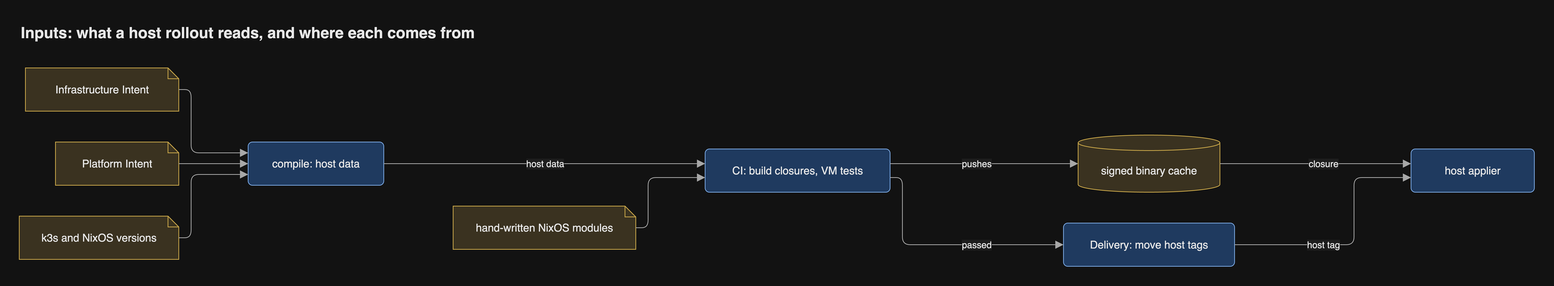
Before: docs/diagrams/png/inputs-host.png, a diagram exported from draw.io (JorisJonkers-dev/estate-kit). Source tidied: cells renumbered, new cells last; positions are measured from the earlier drawing's top-left corner, leaving out a move shared by most shapes.
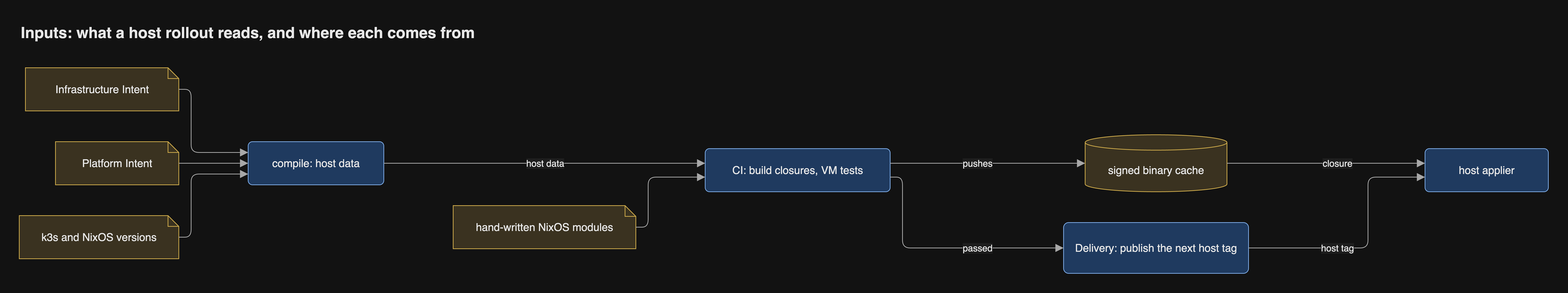
The same diagram one commit later.

What changed in the source:
```diff
@@ -21,13 +21,13 @@
       <mxGeometry x="890" y="169" width="240" height="56" as="geometry" />
     </mxCell>
     <mxCell id="8" value="signed binary cache" style="shape=cylinder3;size=10;boundedLbl=1;backgroundOutline=1;html=1;whiteSpace=wrap;fontSize=14;fontColor=light-dark(#1a1a1a,#e8e8e8);fillColor=light-dark(#fff2cc,#3a3220);strokeColor=light-dark(#d6b656,#c9a74a);fontFamily=Helvetica;" parent="1" vertex="1">
-      <mxGeometry x="1374" y="151" width="184" height="74" as="geometry" />
+      <mxGeometry x="1383" y="151" width="184" height="74" as="geometry" />
     </mxCell>
-    <mxCell id="9" value="Delivery: move host tags" style="rounded=1;arcSize=10;html=1;whiteSpace=wrap;fontSize=14;fontColor=light-dark(#1a1a1a,#e8e8e8);fillColor=light-dark(#dae8fc,#1f3a5f);strokeColor=light-dark(#6c8ebf,#7aa7e0);fontFamily=Helvetica;" parent="1" vertex="1">
-      <mxGeometry x="1355" y="265" width="222" height="56" as="geometry" />
+    <mxCell id="9" value="Delivery: publish the next host tag" style="rounded=1;arcSize=10;html=1;whiteSpace=wrap;fontSize=14;fontColor=light-dark(#1a1a1a,#e8e8e8);fillColor=light-dark(#dae8fc,#1f3a5f);strokeColor=light-dark(#6c8ebf,#7aa7e0);fontFamily=Helvetica;" parent="1" vertex="1">
+      <mxGeometry x="1355" y="265" width="240" height="66" as="geometry" />
     </mxCell>
     <mxCell id="10" value="host applier" style="rounded=1;arcSize=10;html=1;whiteSpace=wrap;fontSize=14;fontColor=light-dark(#1a1a1a,#e8e8e8);fillColor=light-dark(#dae8fc,#1f3a5f);strokeColor=light-dark(#6c8ebf,#7aa7e0);fontFamily=Helvetica;" parent="1" vertex="1">
-      <mxGeometry x="1806" y="169" width="160" height="56" as="geometry" />
+      <mxGeometry x="1824" y="169" width="160" height="56" as="geometry" />
     </mxCell>
     <mxCell id="11" style="html=1;rounded=1;fontSize=14;fontSize=12;fontColor=light-dark(#1a1a1a,#e8e8e8);strokeColor=light-dark(#666666,#a8a8a8);endArrow=block;endFill=1;endSize=8;curved=0;exitX=1;exitY=0.5;entryX=0;entryY=0.25;edgeStyle=orthogonalEdgeStyle;fontFamily=Helvetica;labelBackgroundColor=light-dark(#ffffff,#1e1e1e);" parent="1" edge="1" source="2" target="6">
       <mxGeometry relative="1" as="geometry">
@@ -70,39 +70,39 @@
     <mxCell id="16" value="pushes" style="html=1;rounded=1;fontSize=14;fontSize=12;fontColor=light-dark(#1a1a1a,#e8e8e8);strokeColor=light-dark(#666666,#a8a8a8);endArrow=block;endFill=1;endSize=8;curved=0;exitX=1;exitY=0.3393;entryX=0;entryY=0.5;edgeStyle=orthogonalEdgeStyle;fontFamily=Helvetica;labelBackgroundColor=light-dark(#ffffff,#1e1e1e);" parent="1" edge="1" source="7" target="8">
       <mxGeometry relative="1" as="geometry">
         <Array as="points">
-          <mxPoint x="1252" y="188" />
+          <mxPoint x="1256.5" y="188" />
         </Array>
-        <mxPoint x="-9.5" as="offset" />
+        <mxPoint x="-14" as="offset" />
       </mxGeometry>
     </mxCell>
     <mxCell id="17" value="passed" style="html=1;rounded=1;fontSize=14;fontSize=12;fontColor=light-dark(#1a1a1a,#e8e8e8);strokeColor=light-dark(#666666,#a8a8a8);endArrow=block;endFill=1;endSize=8;curved=0;exitX=1;exitY=0.6607;entryX=0;entryY=0.5;edgeStyle=orthogonalEdgeStyle;fontFamily=Helvetica;labelBackgroundColor=light-dark(#ffffff,#1e1e1e);" parent="1" edge="1" source="7" target="9">
       <mxGeometry relative="1" as="geometry">
         <Array as="points">
           <mxPoint x="1146" y="206" />
-          <mxPoint x="1146" y="293" />
+          <mxPoint x="1146" y="298" />
         </Array>
-        <mxPoint x="43.5" as="offset" />
+        <mxPoint x="46" as="offset" />
       </mxGeometry>
     </mxCell>
     <mxCell id="18" value="host tag" style="html=1;rounded=1;fontSize=14;fontSize=12;fontColor=light-dark(#1a1a1a,#e8e8e8);strokeColor=light-dark(#666666,#a8a8a8);endArrow=block;endFill=1;endSize=8;curved=0;exitX=1;exitY=0.5;entryX=0;entryY=0.6607;edgeStyle=orthogonalEdgeStyle;fontFamily=Helvetica;labelBackgroundColor=light-dark(#ffffff,#1e1e1e);" parent="1" edge="1" source="9" target="10">
       <mxGeometry relative="1" as="geometry">
         <Array as="points">
-          <mxPoint x="1732" y="293" />
-          <mxPoint x="1732" y="206" />
+          <mxPoint x="1750" y="298" />
+          <mxPoint x="1750" y="206" />
         </Array>
-        <mxPoint x="-40.5" y="3" as="offset" />
+        <mxPoint x="-40.5" y="5.5" as="offset" />
       </mxGeometry>
     </mxCell>
     <mxCell id="19" value="closure" style="html=1;rounded=1;fontSize=14;fontSize=12;fontColor=light-dark(#1a1a1a,#e8e8e8);strokeColor=light-dark(#666666,#a8a8a8);endArrow=block;endFill=1;endSize=8;curved=0;exitX=1;exitY=0.5;entryX=0;entryY=0.3393;edgeStyle=orthogonalEdgeStyle;fontFamily=Helvetica;labelBackgroundColor=light-dark(#ffffff,#1e1e1e);" parent="1" edge="1" source="8" target="10">
       <mxGeometry relative="1" as="geometry">
         <Array as="points">
-          <mxPoint x="1682" y="188" />
+          <mxPoint x="1695.5" y="188" />
         </Array>
-        <mxPoint x="9.5" as="offset" />
+        <mxPoint x="14" as="offset" />
       </mxGeometry>
     </mxCell>
     <mxCell id="20" value="Inputs: what a host rollout reads, and where each comes from" style="text;html=1;whiteSpace=wrap;align=left;verticalAlign=middle;fontSize=20;fontStyle=1;fontColor=light-dark(#1a1a1a,#e8e8e8);fontFamily=Helvetica;" parent="1" vertex="1">
-      <mxGeometry width="1966" height="36" as="geometry" />
+      <mxGeometry width="1984" height="36" as="geometry" />
     </mxCell>
   </root>
 </mxGraphModel>
```
